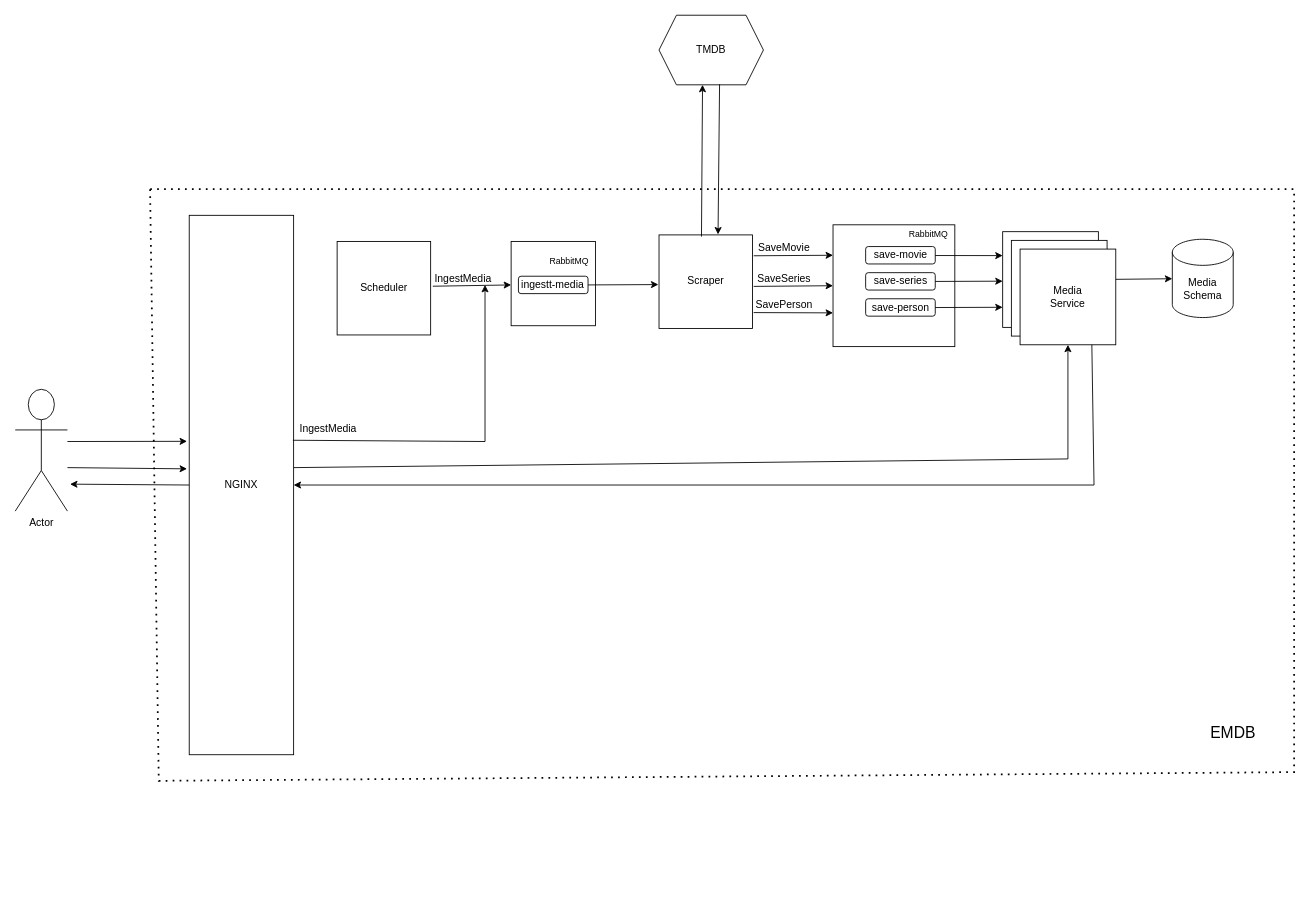
This is emdb/doc/emdb2.drawio from douglase72/projects, a draw.io file, before an edit. Source tidied: cells renumbered, new cells numbered last; positions are measured from the earlier drawing's top-left corner, leaving out a move shared by most shapes. Both pictures are drawn from the tidied source at 87%, with x=0, y=0 at pixel (15, 15).
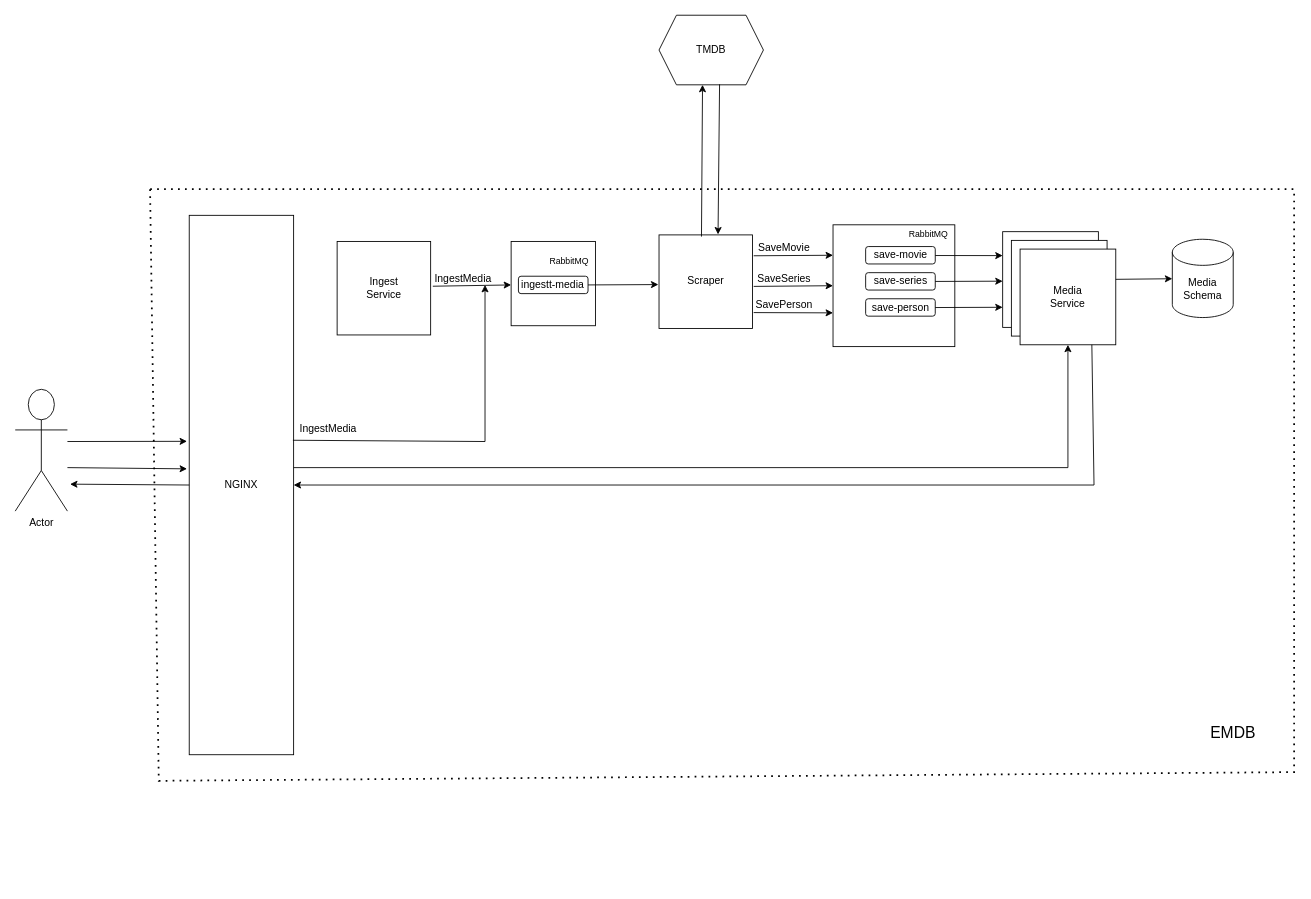
The same page after the edit.

Unchanged cells that the change refers to:
```xml
<mxCell id="14" value="Media&lt;div&gt;Service&lt;/div&gt;" style="whiteSpace=wrap;html=1;" parent="1" vertex="1">
  <mxGeometry x="1155" y="268.8" width="110" height="110" as="geometry" />
</mxCell>
```

Change to the diagram source:
```diff
@@
     <mxCell id="18" style="endArrow=classic;html=1;rounded=0;entryX=0.5;entryY=1;entryDx=0;entryDy=0;" parent="1" edge="1" target="14">
       <mxGeometry relative="1" as="geometry">
         <mxPoint x="320" y="520" as="sourcePoint" />
         <Array as="points">
-          <mxPoint x="1210" y="510" />
+          <mxPoint x="1210" y="520" />
         </Array>
       </mxGeometry>
     </mxCell>
@@
-    <mxCell id="33" value="Scheduler" style="whiteSpace=wrap;html=1;" parent="1" vertex="1">
+    <mxCell id="33" value="Ingest&lt;div&gt;Service&lt;/div&gt;" style="whiteSpace=wrap;html=1;" parent="1" vertex="1">
       <mxGeometry x="370" y="260" width="107.5" height="107.5" as="geometry" />
     </mxCell>
```
